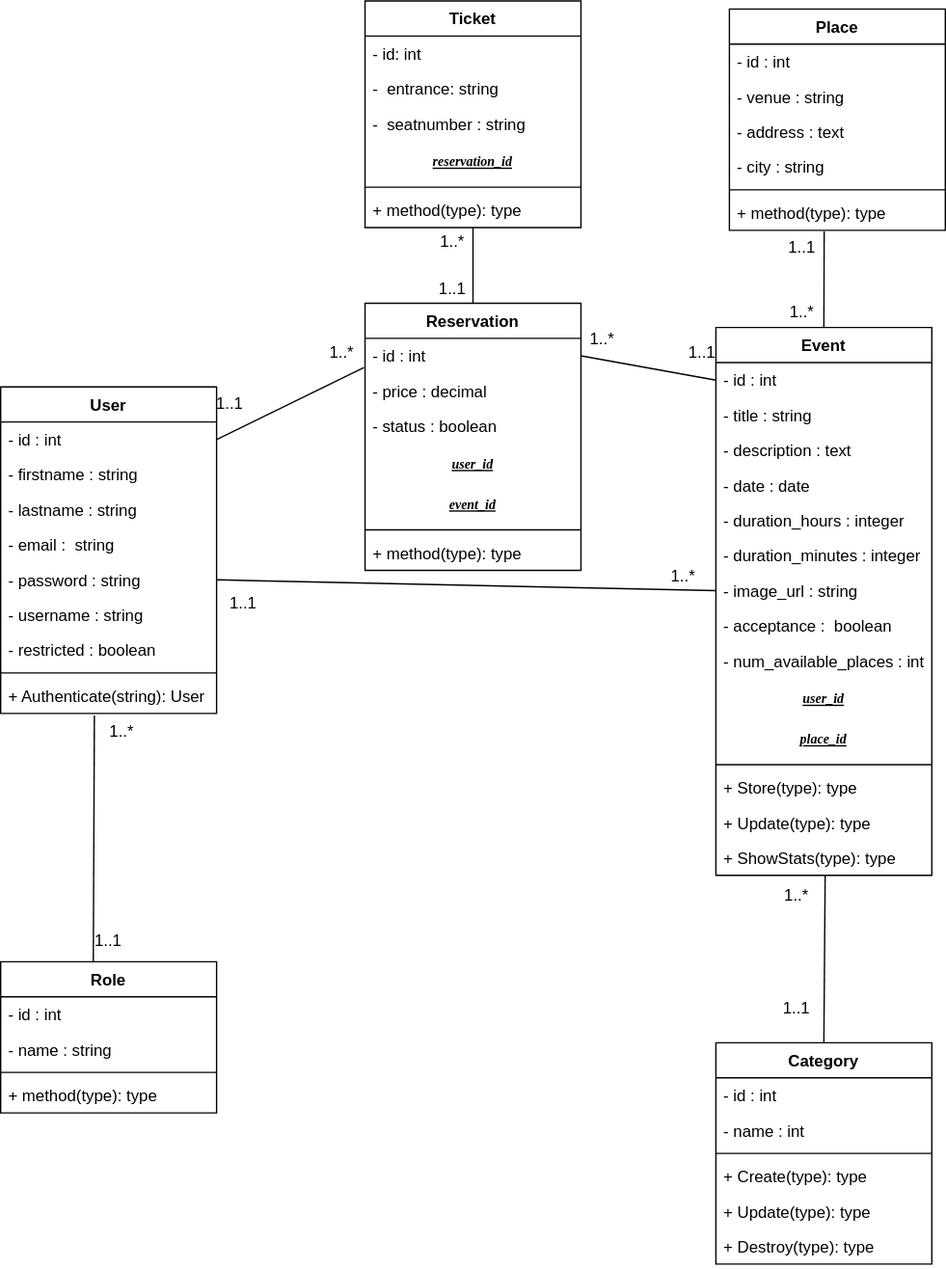
The draw.io diagram CONCEPTION/DCLASSE.drawio.svg in abdelalicode/EVENTO, before a commit. Source tidied: cells renumbered, new cells last; positions are measured from the earlier drawing's top-left corner, leaving out a move shared by most shapes.
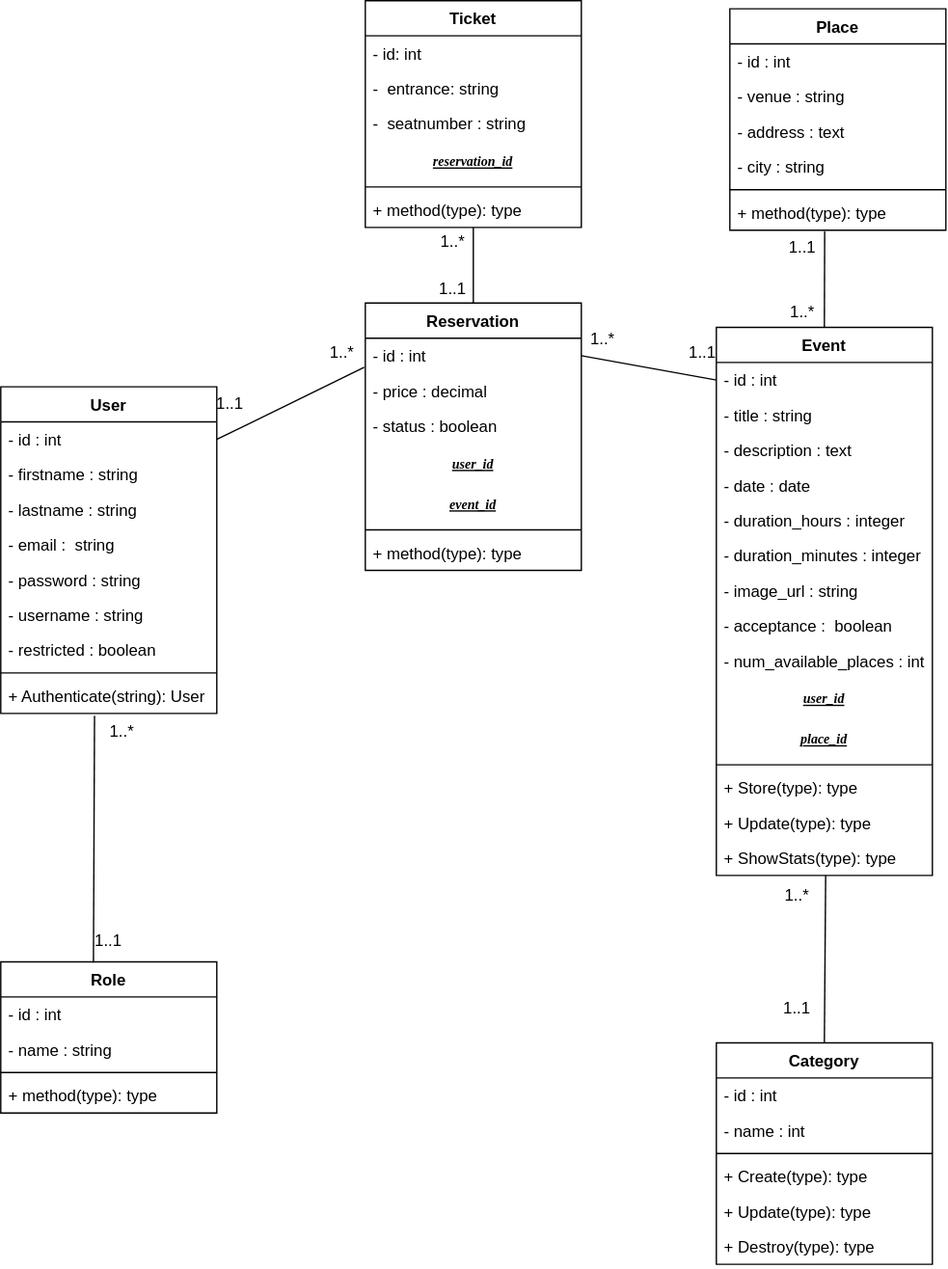
After the change.

What changed in the source:
```diff
@@ -185,15 +185,9 @@
     <mxCell id="62" value="1..1" style="text;html=1;strokeColor=none;fillColor=none;align=center;verticalAlign=middle;whiteSpace=wrap;rounded=0;" parent="1" vertex="1">
       <mxGeometry x="560" y="732" width="60" height="30" as="geometry" />
     </mxCell>
-    <mxCell id="63" value="1..*" style="text;html=1;strokeColor=none;fillColor=none;align=center;verticalAlign=middle;whiteSpace=wrap;rounded=0;" parent="1" vertex="1">
-      <mxGeometry x="476" y="412" width="60" height="30" as="geometry" />
-    </mxCell>
     <mxCell id="64" value="1..*" style="text;html=1;strokeColor=none;fillColor=none;align=center;verticalAlign=middle;whiteSpace=wrap;rounded=0;" parent="1" vertex="1">
       <mxGeometry x="416" y="236" width="60" height="30" as="geometry" />
     </mxCell>
-    <mxCell id="65" value="1..1" style="text;html=1;strokeColor=none;fillColor=none;align=center;verticalAlign=middle;whiteSpace=wrap;rounded=0;" parent="1" vertex="1">
-      <mxGeometry x="150" y="432" width="60" height="30" as="geometry" />
-    </mxCell>
     <mxCell id="66" value="1..1" style="text;html=1;strokeColor=none;fillColor=none;align=center;verticalAlign=middle;whiteSpace=wrap;rounded=0;" parent="1" vertex="1">
       <mxGeometry x="305" y="199" width="60" height="30" as="geometry" />
     </mxCell>
@@ -239,9 +233,6 @@
     <mxCell id="80" value="1..*" style="text;html=1;strokeColor=none;fillColor=none;align=center;verticalAlign=middle;whiteSpace=wrap;rounded=0;" parent="1" vertex="1">
       <mxGeometry x="564" y="216" width="60" height="30" as="geometry" />
     </mxCell>
-    <mxCell id="81" style="endArrow=none;html=1;exitX=1;exitY=0.5;exitDx=0;exitDy=0;entryX=0;entryY=0.5;entryDx=0;entryDy=0;" parent="1" edge="1" source="7" target="24">
-      <mxGeometry relative="1" as="geometry" />
-    </mxCell>
     <mxCell id="82" value="1..1" style="text;html=1;strokeColor=none;fillColor=none;align=center;verticalAlign=middle;whiteSpace=wrap;rounded=0;" parent="1" vertex="1">
       <mxGeometry x="490" y="246" width="60" height="30" as="geometry" />
     </mxCell>
```
